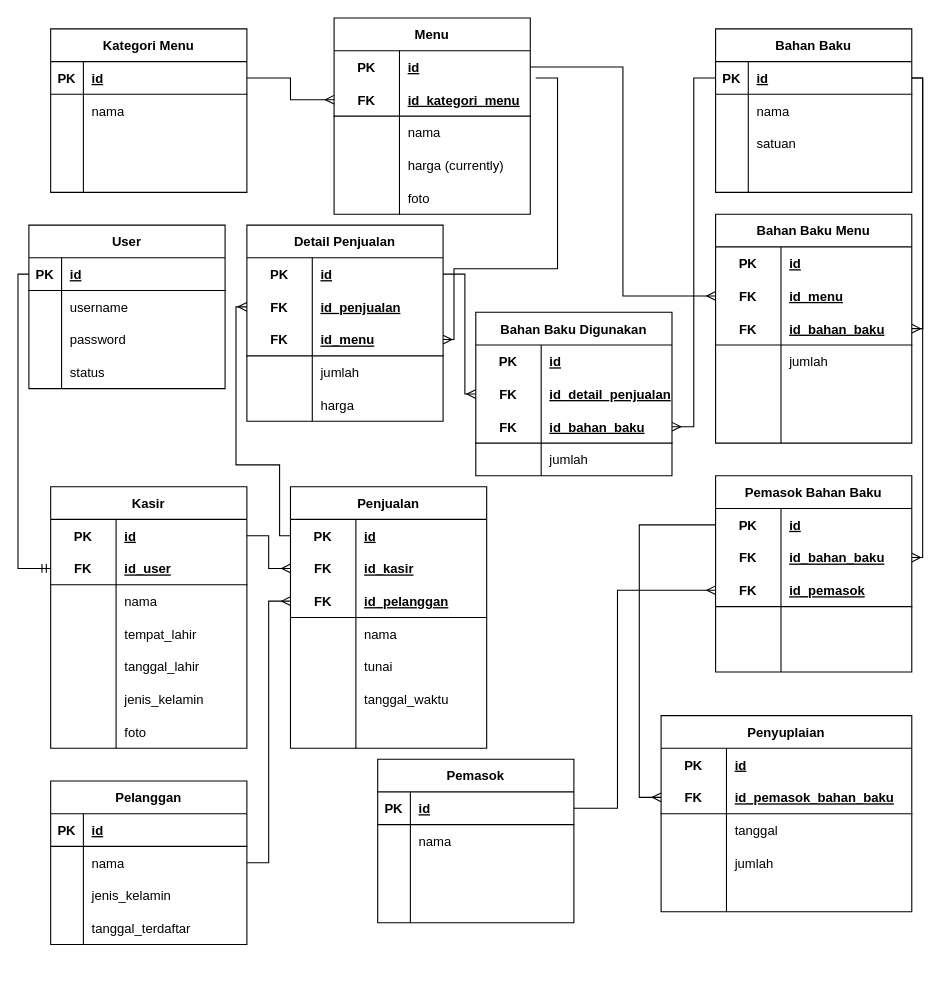
yafizh/Majelis-Kopi-PKL keeps this draw.io diagram as database/Database Schema.drawio. Above is the earlier version. Source tidied: cells renumbered, new cells numbered last; positions are measured from the earlier drawing's top-left corner, leaving out a move shared by most shapes. Both pictures are drawn from the tidied source at 109%, with x=0, y=0 at pixel (17, 17).
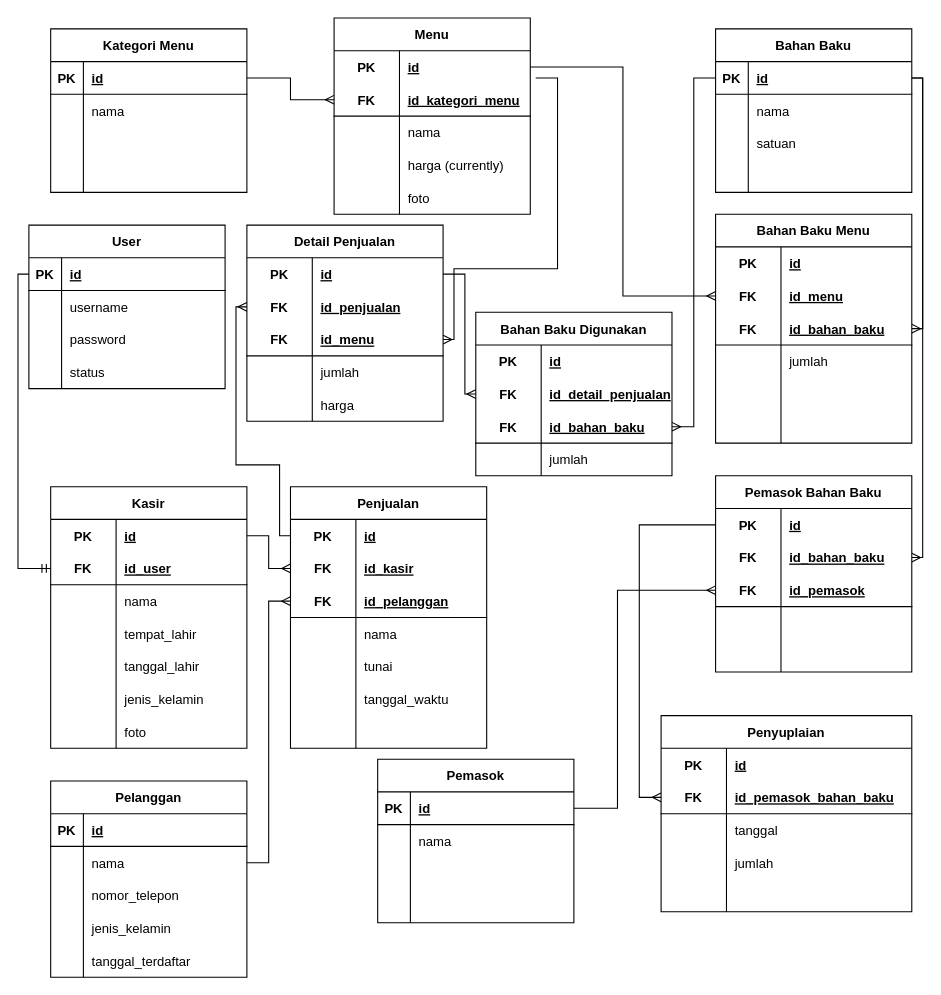
Above is the later version.

Commit message (it also covers changes not shown here):
add column nomor_telepon on pelanggan tetap and using data tables on pelanggan tetap

Unchanged cells that the change refers to:
```xml
<mxCell id="213" style="shape=tableRow;horizontal=0;startSize=0;swimlaneHead=0;swimlaneBody=0;fillColor=none;top=0;left=0;right=0;bottom=0;" parent="206" vertex="1">
  <mxGeometry y="90" width="180" height="30" as="geometry" />
</mxCell>
```

What changed in the source:
```diff
@@
     <mxCell id="206" value="Pelanggan" style="shape=table;startSize=30;childLayout=tableLayout;rowLines=0;fontStyle=1;align=center;" parent="1" vertex="1">
-      <mxGeometry x="30" y="700" width="180" height="150" as="geometry" />
+      <mxGeometry x="30" y="700" width="180" height="180" as="geometry" />
     </mxCell>
@@
-    <mxCell id="215" value="jenis_kelamin" style="shape=partialRectangle;fillColor=none;top=0;left=0;bottom=0;right=0;align=left;spacingLeft=6;overflow=hidden;" parent="213" vertex="1">
+    <mxCell id="215" value="nomor_telepon" style="shape=partialRectangle;fillColor=none;top=0;left=0;bottom=0;right=0;align=left;spacingLeft=6;overflow=hidden;" parent="213" vertex="1">
       <mxGeometry x="30" width="150" height="30" as="geometry" />
     </mxCell>
+    <mxCell id="220" style="shape=tableRow;horizontal=0;startSize=0;swimlaneHead=0;swimlaneBody=0;fillColor=none;top=0;left=0;right=0;bottom=0;" parent="206" vertex="1">
+      <mxGeometry y="120" width="180" height="30" as="geometry" />
+    </mxCell>
+    <mxCell id="221" style="shape=partialRectangle;fillColor=none;top=0;left=0;bottom=0;right=0;overflow=hidden;" parent="220" vertex="1">
+      <mxGeometry width="30" height="30" as="geometry" />
+    </mxCell>
+    <mxCell id="222" value="jenis_kelamin" style="shape=partialRectangle;fillColor=none;top=0;left=0;bottom=0;right=0;align=left;spacingLeft=6;overflow=hidden;" parent="220" vertex="1">
+      <mxGeometry x="30" width="150" height="30" as="geometry" />
+    </mxCell>
     <mxCell id="216" style="shape=tableRow;horizontal=0;startSize=0;swimlaneHead=0;swimlaneBody=0;fillColor=none;top=0;left=0;right=0;bottom=0;" parent="206" vertex="1">
-      <mxGeometry y="120" width="180" height="30" as="geometry" />
+      <mxGeometry y="150" width="180" height="30" as="geometry" />
     </mxCell>
```
